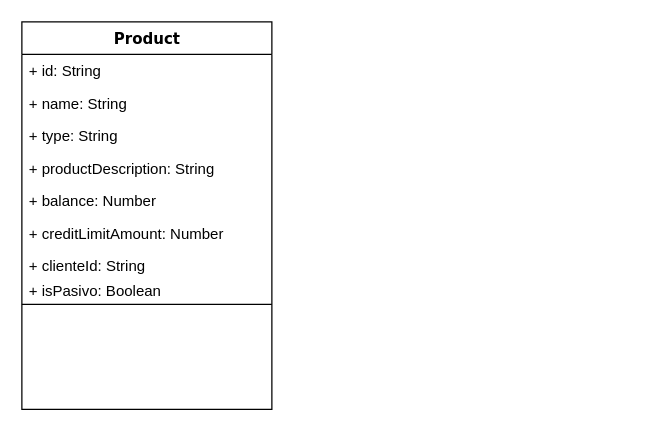
daniel715/nttdata-product-service keeps this draw.io diagram as Diagrama sin título.drawio. Above is the earlier version. Source tidied: cells renumbered, new cells numbered last; positions are measured from the earlier drawing's top-left corner, leaving out a move shared by most shapes. Both pictures are drawn from the tidied source at 125%, with x=0, y=0 at pixel (21, 21).
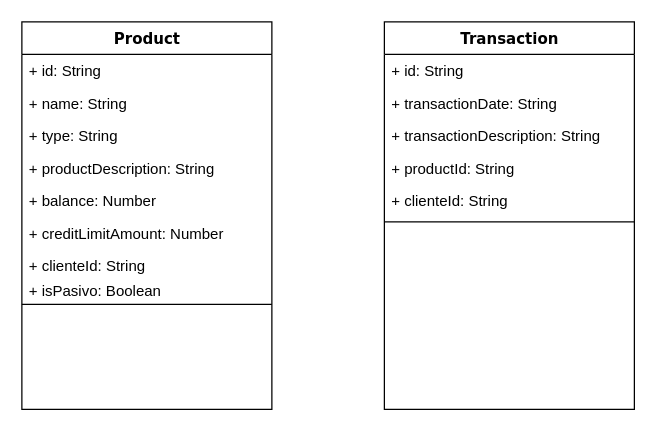
After the change.

Change to the diagram source:
```diff
@@
 <mxGraphModel>
   <root>
     <mxCell id="0" />
     <mxCell id="1" parent="0" />
     <mxCell id="2" value="Product" style="swimlane;html=1;fontStyle=1;align=center;verticalAlign=top;horizontal=1;startSize=26;swimlaneFillColor=#ffffff;rounded=0;shadow=0;comic=0;labelBackgroundColor=none;strokeWidth=1;fillColor=none;fontFamily=Verdana;fontSize=12;" parent="1" vertex="1">
       <mxGeometry width="200" height="310" as="geometry" />
     </mxCell>
     <mxCell id="3" value="+ id: String" style="text;html=1;strokeColor=none;fillColor=none;align=left;verticalAlign=top;spacingLeft=4;spacingRight=4;whiteSpace=wrap;overflow=hidden;" parent="2" vertex="1">
       <mxGeometry y="26" width="200" height="26" as="geometry" />
     </mxCell>
     <mxCell id="4" value="+ name: String" style="text;html=1;strokeColor=none;fillColor=none;align=left;verticalAlign=top;spacingLeft=4;spacingRight=4;whiteSpace=wrap;overflow=hidden;" parent="2" vertex="1">
       <mxGeometry y="52" width="200" height="26" as="geometry" />
     </mxCell>
     <mxCell id="5" value="+ type: String" style="text;html=1;strokeColor=none;fillColor=none;align=left;verticalAlign=top;spacingLeft=4;spacingRight=4;whiteSpace=wrap;overflow=hidden;" parent="2" vertex="1">
       <mxGeometry y="78" width="200" height="26" as="geometry" />
     </mxCell>
     <mxCell id="6" value="+&amp;nbsp;productDescription&lt;span style=&quot;background-color: initial;&quot;&gt;: String&lt;/span&gt;" style="text;html=1;strokeColor=none;fillColor=none;align=left;verticalAlign=top;spacingLeft=4;spacingRight=4;whiteSpace=wrap;overflow=hidden;" parent="2" vertex="1">
       <mxGeometry y="104" width="200" height="26" as="geometry" />
     </mxCell>
     <mxCell id="7" value="+&amp;nbsp;balance&lt;span style=&quot;background-color: initial;&quot;&gt;: Number&lt;/span&gt;" style="text;html=1;strokeColor=none;fillColor=none;align=left;verticalAlign=top;spacingLeft=4;spacingRight=4;whiteSpace=wrap;overflow=hidden;" parent="2" vertex="1">
       <mxGeometry y="130" width="200" height="26" as="geometry" />
     </mxCell>
     <mxCell id="8" value="+&amp;nbsp;creditLimitAmount&lt;span style=&quot;background-color: initial;&quot;&gt;: Number&lt;/span&gt;" style="text;html=1;strokeColor=none;fillColor=none;align=left;verticalAlign=top;spacingLeft=4;spacingRight=4;whiteSpace=wrap;overflow=hidden;" parent="2" vertex="1">
       <mxGeometry y="156" width="200" height="26" as="geometry" />
     </mxCell>
     <mxCell id="9" value="+&amp;nbsp;clienteId&lt;span style=&quot;background-color: initial;&quot;&gt;: String&lt;span style=&quot;white-space: pre;&quot;&gt;&#9;&lt;/span&gt;&lt;/span&gt;" style="text;html=1;strokeColor=none;fillColor=none;align=left;verticalAlign=top;spacingLeft=4;spacingRight=4;whiteSpace=wrap;overflow=hidden;" parent="2" vertex="1">
       <mxGeometry y="182" width="200" height="20" as="geometry" />
     </mxCell>
     <mxCell id="10" value="+&amp;nbsp;isPasivo&lt;span style=&quot;background-color: initial;&quot;&gt;: Boolean&lt;/span&gt;" style="text;html=1;strokeColor=none;fillColor=none;align=left;verticalAlign=top;spacingLeft=4;spacingRight=4;whiteSpace=wrap;overflow=hidden;" parent="2" vertex="1">
       <mxGeometry y="202" width="200" height="20" as="geometry" />
     </mxCell>
     <mxCell id="11" style="line;html=1;strokeWidth=1;fillColor=none;align=left;verticalAlign=middle;spacingTop=-1;spacingLeft=3;spacingRight=3;labelPosition=right;" parent="2" vertex="1">
       <mxGeometry y="222" width="200" height="8" as="geometry" />
     </mxCell>
+    <mxCell id="12" value="Transaction" style="swimlane;html=1;fontStyle=1;align=center;verticalAlign=top;horizontal=1;startSize=26;swimlaneFillColor=#ffffff;rounded=0;shadow=0;comic=0;labelBackgroundColor=none;strokeWidth=1;fillColor=none;fontFamily=Verdana;fontSize=12;" parent="1" vertex="1">
+      <mxGeometry x="290" width="200" height="310" as="geometry" />
+    </mxCell>
+    <mxCell id="13" value="+ id: String" style="text;html=1;strokeColor=none;fillColor=none;align=left;verticalAlign=top;spacingLeft=4;spacingRight=4;whiteSpace=wrap;overflow=hidden;" parent="12" vertex="1">
+      <mxGeometry y="26" width="200" height="26" as="geometry" />
+    </mxCell>
+    <mxCell id="14" value="+&amp;nbsp;transactionDate&lt;span style=&quot;background-color: initial;&quot;&gt;: String&lt;/span&gt;" style="text;html=1;strokeColor=none;fillColor=none;align=left;verticalAlign=top;spacingLeft=4;spacingRight=4;whiteSpace=wrap;overflow=hidden;" parent="12" vertex="1">
+      <mxGeometry y="52" width="200" height="26" as="geometry" />
+    </mxCell>
+    <mxCell id="15" value="+&amp;nbsp;transactionDescription&lt;span style=&quot;background-color: initial;&quot;&gt;: String&lt;/span&gt;" style="text;html=1;strokeColor=none;fillColor=none;align=left;verticalAlign=top;spacingLeft=4;spacingRight=4;whiteSpace=wrap;overflow=hidden;" parent="12" vertex="1">
+      <mxGeometry y="78" width="200" height="26" as="geometry" />
+    </mxCell>
+    <mxCell id="16" value="+&amp;nbsp;productId&lt;span style=&quot;background-color: initial;&quot;&gt;: String&lt;/span&gt;" style="text;html=1;strokeColor=none;fillColor=none;align=left;verticalAlign=top;spacingLeft=4;spacingRight=4;whiteSpace=wrap;overflow=hidden;" parent="12" vertex="1">
+      <mxGeometry y="104" width="200" height="26" as="geometry" />
+    </mxCell>
+    <mxCell id="17" value="+&amp;nbsp;clienteId&lt;span style=&quot;background-color: initial;&quot;&gt;: String&lt;/span&gt;" style="text;html=1;strokeColor=none;fillColor=none;align=left;verticalAlign=top;spacingLeft=4;spacingRight=4;whiteSpace=wrap;overflow=hidden;" parent="12" vertex="1">
+      <mxGeometry y="130" width="200" height="26" as="geometry" />
+    </mxCell>
+    <mxCell id="18" style="line;html=1;strokeWidth=1;fillColor=none;align=left;verticalAlign=middle;spacingTop=-1;spacingLeft=3;spacingRight=3;labelPosition=right;" parent="12" vertex="1">
+      <mxGeometry y="156" width="200" height="8" as="geometry" />
+    </mxCell>
   </root>
 </mxGraphModel>
```
